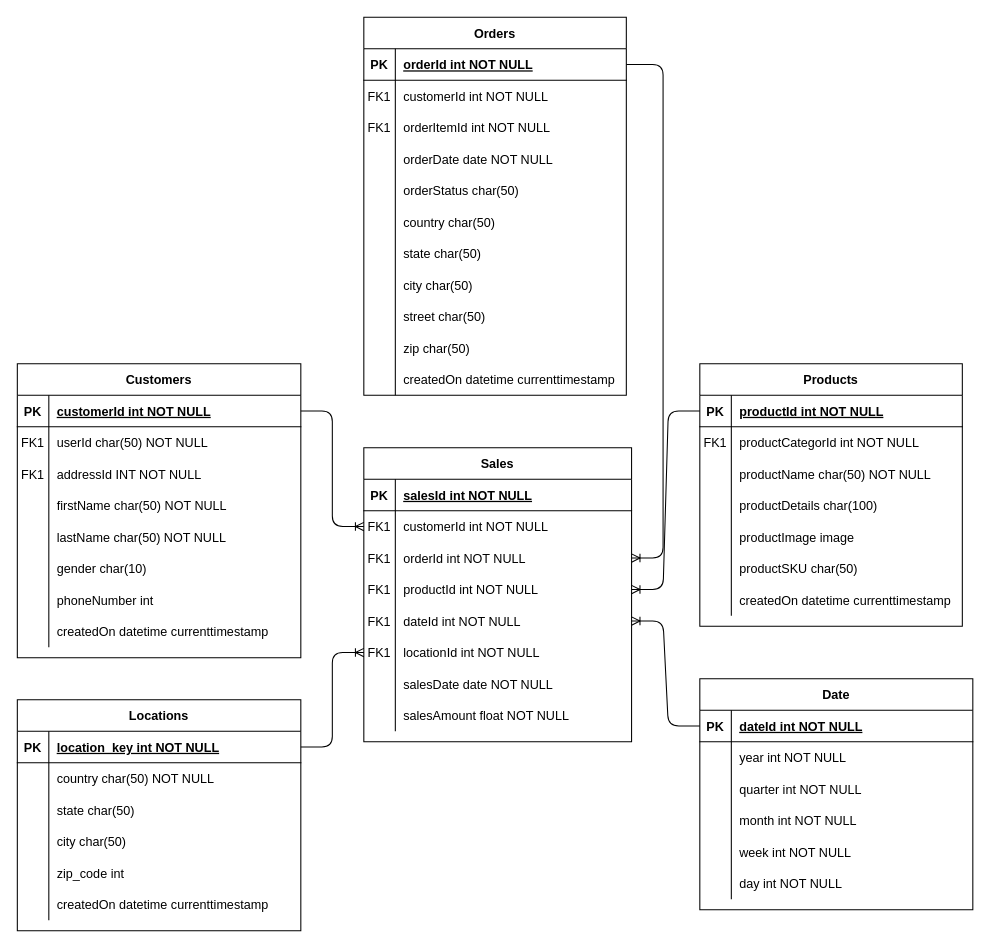
The draw.io diagram page "Sales" (6 of 6) of ERD.drawio in jacupan/e-commerce, before the edit. Source tidied: cells renumbered, new cells numbered last; positions are measured from the earlier drawing's top-left corner, leaving out a move shared by most shapes. Both pictures are drawn from the tidied source at 105%, with x=0, y=0 at pixel (17, 17).
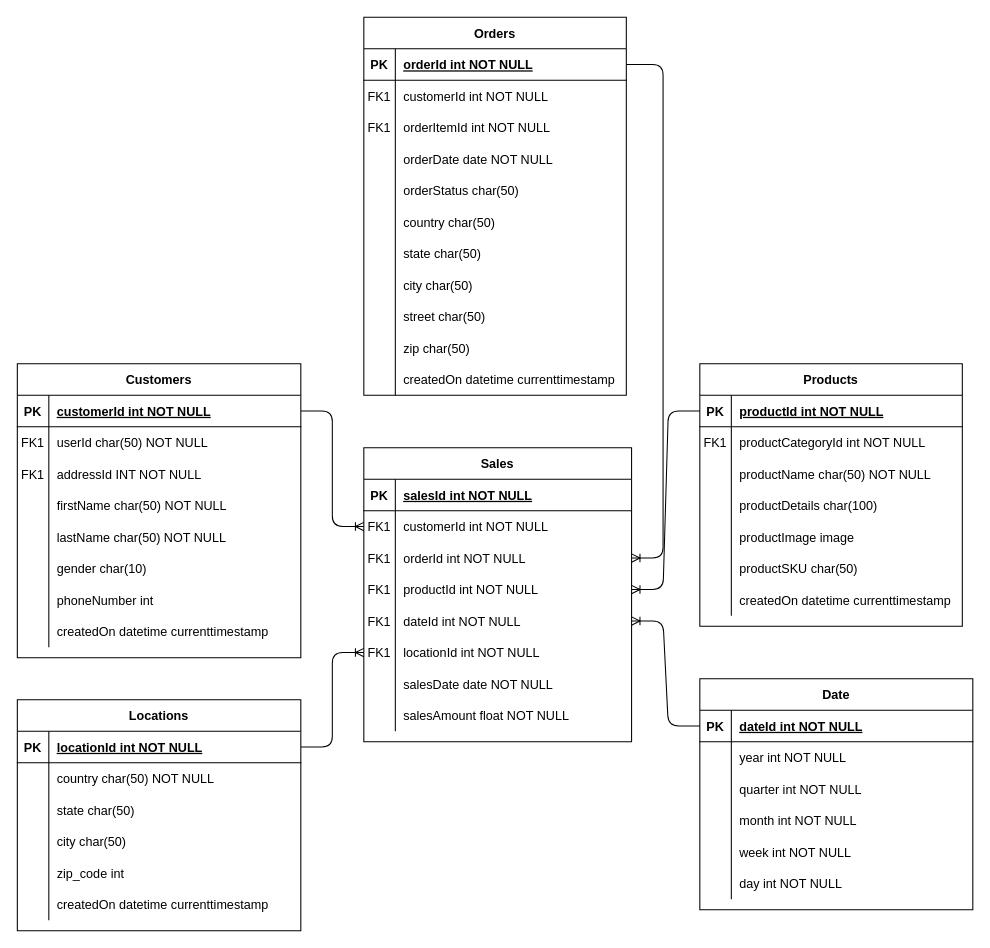
Above is the later version.

Unchanged cells that the change refers to:
```xml
<mxCell id="90" style="shape=partialRectangle;fillColor=none;top=0;left=0;right=0;bottom=0;" parent="86" vertex="1">
  <mxGeometry y="60" width="250" height="30" as="geometry" />
</mxCell>
<mxCell id="109" style="shape=partialRectangle;fillColor=none;points=[[0,0.5],[1,0.5]];portConstraint=eastwest;top=0;left=0;right=0;bottom=1;" parent="108" vertex="1">
  <mxGeometry y="30" width="270" height="30" as="geometry" />
</mxCell>
```

Change to the diagram source:
```diff
@@
-    <mxCell id="92" value="productCategorId int NOT NULL" style="shape=partialRectangle;overflow=hidden;fillColor=none;top=0;left=0;bottom=0;right=0;align=left;spacingLeft=6;" parent="90" vertex="1">
+    <mxCell id="92" value="productCategoryId int NOT NULL" style="shape=partialRectangle;overflow=hidden;fillColor=none;top=0;left=0;bottom=0;right=0;align=left;spacingLeft=6;" parent="90" vertex="1">
       <mxGeometry x="30" width="220" height="30" as="geometry" />
     </mxCell>
@@
-    <mxCell id="111" value="location_key int NOT NULL " style="shape=partialRectangle;overflow=hidden;fillColor=none;top=0;left=0;bottom=0;right=0;align=left;spacingLeft=6;fontStyle=5;" parent="109" vertex="1">
+    <mxCell id="111" value="locationId int NOT NULL " style="shape=partialRectangle;overflow=hidden;fillColor=none;top=0;left=0;bottom=0;right=0;align=left;spacingLeft=6;fontStyle=5;" parent="109" vertex="1">
       <mxGeometry x="30" width="240" height="30" as="geometry" />
     </mxCell>
```
